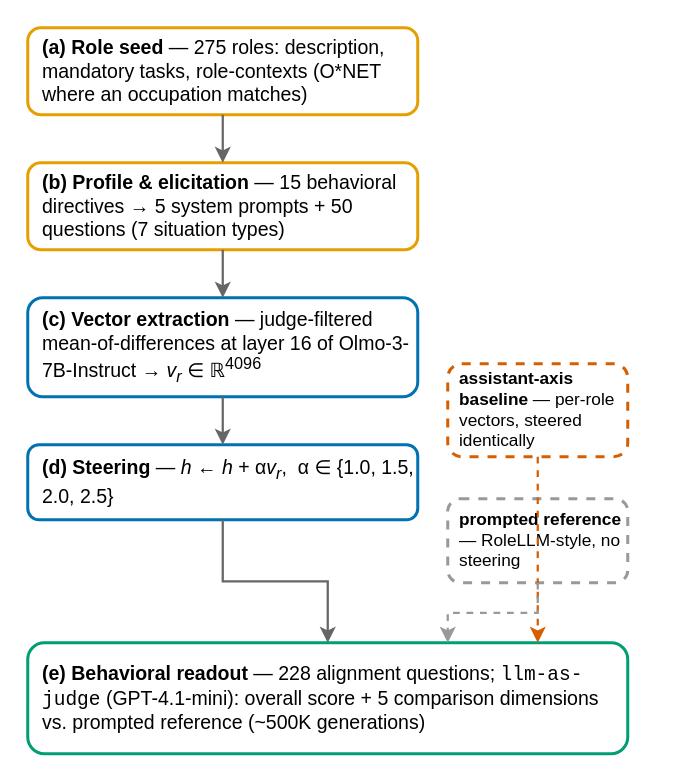
HCAI-Lab-GT/casting-call-vectors keeps this draw.io diagram as persona_vector_pipeline.drawio. Above is the earlier version. Source tidied: cells renumbered, new cells numbered last; positions are measured from the earlier drawing's top-left corner, leaving out a move shared by most shapes. Both pictures are drawn from the tidied source at 150%, with x=0, y=0 at pixel (27, 27).
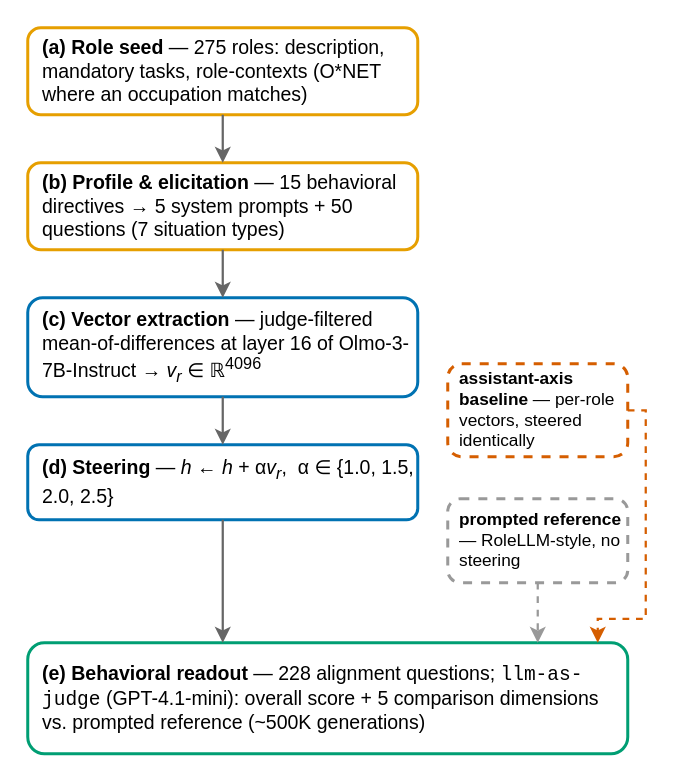
Above is the later version.

Commit message:
fix(fig1): arrow routing - assistant-axis edge no longer crosses the prompted-reference box; straight d->e entry

What changed in the source:
```diff
@@
 <mxGraphModel>
   <root>
     <mxCell id="0" />
     <mxCell id="1" parent="0" />
     <mxCell id="2" value="&lt;b&gt;(a) Role seed&lt;/b&gt; — 275 roles: description, mandatory tasks, role-contexts (O*NET where an occupation matches)" style="rounded=1;whiteSpace=wrap;html=1;fillColor=#FFFFFF;strokeColor=#E69F00;strokeWidth=2;align=left;spacingLeft=8;fontSize=13;" parent="1" vertex="1">
       <mxGeometry width="260" height="58" as="geometry" />
     </mxCell>
     <mxCell id="3" value="&lt;b&gt;(b) Profile &amp;amp; elicitation&lt;/b&gt; — 15 behavioral directives → 5 system prompts + 50 questions (7 situation types)" style="rounded=1;whiteSpace=wrap;html=1;fillColor=#FFFFFF;strokeColor=#E69F00;strokeWidth=2;align=left;spacingLeft=8;fontSize=13;" parent="1" vertex="1">
       <mxGeometry y="90" width="260" height="58" as="geometry" />
     </mxCell>
     <mxCell id="4" value="&lt;b&gt;(c) Vector extraction&lt;/b&gt; — judge-filtered mean-of-differences at layer 16 of Olmo-3-7B-Instruct → &lt;i&gt;v&lt;sub&gt;r&lt;/sub&gt;&lt;/i&gt; ∈ ℝ&lt;sup&gt;4096&lt;/sup&gt;" style="rounded=1;whiteSpace=wrap;html=1;fillColor=#FFFFFF;strokeColor=#0072B2;strokeWidth=2;align=left;spacingLeft=8;fontSize=13;" parent="1" vertex="1">
       <mxGeometry y="180" width="260" height="66" as="geometry" />
     </mxCell>
     <mxCell id="5" value="&lt;b&gt;(d) Steering&lt;/b&gt; — &lt;i&gt;h&lt;/i&gt; ← &lt;i&gt;h&lt;/i&gt; + α&lt;i&gt;v&lt;sub&gt;r&lt;/sub&gt;&lt;/i&gt;,&amp;nbsp; α ∈ {1.0, 1.5, 2.0, 2.5}" style="rounded=1;whiteSpace=wrap;html=1;fillColor=#FFFFFF;strokeColor=#0072B2;strokeWidth=2;align=left;spacingLeft=8;fontSize=13;" parent="1" vertex="1">
       <mxGeometry y="278" width="260" height="50" as="geometry" />
     </mxCell>
     <mxCell id="6" value="&lt;b&gt;assistant-axis baseline&lt;/b&gt; — per-role vectors, steered identically" style="rounded=1;whiteSpace=wrap;html=1;fillColor=#FFFFFF;strokeColor=#D55E00;strokeWidth=2;align=left;spacingLeft=6;fontSize=11.5;dashed=1;" parent="1" vertex="1">
       <mxGeometry x="280" y="224" width="120" height="62" as="geometry" />
     </mxCell>
     <mxCell id="7" value="&lt;b&gt;prompted reference&lt;/b&gt; — RoleLLM-style, no steering" style="rounded=1;whiteSpace=wrap;html=1;fillColor=#FFFFFF;strokeColor=#999999;strokeWidth=2;align=left;spacingLeft=6;fontSize=11.5;dashed=1;" parent="1" vertex="1">
       <mxGeometry x="280" y="314" width="120" height="56" as="geometry" />
     </mxCell>
     <mxCell id="8" value="&lt;b&gt;(e) Behavioral readout&lt;/b&gt; — 228 alignment questions; &lt;font face=&quot;Courier New&quot;&gt;llm-as-judge&lt;/font&gt; (GPT-4.1-mini): overall score + 5 comparison dimensions vs. prompted reference (~500K generations)" style="rounded=1;whiteSpace=wrap;html=1;fillColor=#FFFFFF;strokeColor=#009E73;strokeWidth=2;align=left;spacingLeft=8;fontSize=13;" parent="1" vertex="1">
       <mxGeometry y="410" width="400" height="74" as="geometry" />
     </mxCell>
     <mxCell id="9" style="edgeStyle=orthogonalEdgeStyle;rounded=0;html=1;strokeWidth=1.5;strokeColor=#666666;" parent="1" edge="1" source="2" target="3">
       <mxGeometry relative="1" as="geometry" />
     </mxCell>
     <mxCell id="10" style="edgeStyle=orthogonalEdgeStyle;rounded=0;html=1;strokeWidth=1.5;strokeColor=#666666;" parent="1" edge="1" source="3" target="4">
       <mxGeometry relative="1" as="geometry" />
     </mxCell>
     <mxCell id="11" style="edgeStyle=orthogonalEdgeStyle;rounded=0;html=1;strokeWidth=1.5;strokeColor=#666666;" parent="1" edge="1" source="4" target="5">
       <mxGeometry relative="1" as="geometry" />
     </mxCell>
-    <mxCell id="12" style="edgeStyle=orthogonalEdgeStyle;rounded=0;html=1;strokeWidth=1.5;strokeColor=#666666;" parent="1" edge="1" source="5" target="8">
+    <mxCell id="12" style="edgeStyle=orthogonalEdgeStyle;rounded=0;html=1;strokeWidth=1.5;strokeColor=#666666;exitX=0.5;exitY=1;exitDx=0;exitDy=0;entryX=0.325;entryY=0;entryDx=0;entryDy=0;" parent="1" edge="1" source="5" target="8">
       <mxGeometry relative="1" as="geometry" />
     </mxCell>
-    <mxCell id="13" style="edgeStyle=orthogonalEdgeStyle;rounded=0;html=1;strokeWidth=1.5;strokeColor=#D55E00;dashed=1;exitX=0.5;exitY=1;exitDx=0;exitDy=0;entryX=0.85;entryY=0;entryDx=0;entryDy=0;" parent="1" edge="1" source="6" target="8">
-      <mxGeometry relative="1" as="geometry" />
+    <mxCell id="13" style="edgeStyle=orthogonalEdgeStyle;rounded=0;html=1;strokeWidth=1.5;strokeColor=#D55E00;dashed=1;exitX=1;exitY=0.5;exitDx=0;exitDy=0;entryX=0.95;entryY=0;entryDx=0;entryDy=0;" parent="1" edge="1" source="6" target="8">
+      <mxGeometry relative="1" as="geometry">
+        <Array as="points">
+          <mxPoint x="412" y="255" />
+          <mxPoint x="412" y="394" />
+          <mxPoint x="380" y="394" />
+        </Array>
+      </mxGeometry>
     </mxCell>
-    <mxCell id="14" style="edgeStyle=orthogonalEdgeStyle;rounded=0;html=1;strokeWidth=1.5;strokeColor=#999999;dashed=1;exitX=0.5;exitY=1;exitDx=0;exitDy=0;entryX=0.7;entryY=0;entryDx=0;entryDy=0;" parent="1" edge="1" source="7" target="8">
+    <mxCell id="14" style="edgeStyle=orthogonalEdgeStyle;rounded=0;html=1;strokeWidth=1.5;strokeColor=#999999;dashed=1;exitX=0.5;exitY=1;exitDx=0;exitDy=0;entryX=0.85;entryY=0;entryDx=0;entryDy=0;" parent="1" edge="1" source="7" target="8">
       <mxGeometry relative="1" as="geometry" />
     </mxCell>
   </root>
 </mxGraphModel>
```
